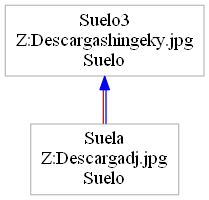
Earlier version of the Graphviz export objetos.png (ErickTejaxun/Practica1s22015_201213050). Its source is kept beside it as objetos.dot.
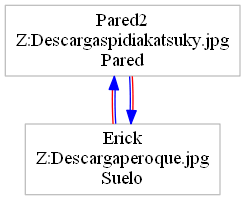
The same file after the commit.

Change to the diagram source:
```diff
@@ -1,7 +1,12 @@
 digraph ColaAtencion {node [dir=both,shape=polygon, fontcolor="Black", height=0.5, color="Grey"]edge [color="blue", color="blue:red"]rankdir=BT
-"Suela
-Z:\Descarga\dj.jpg
-Suelo"-> "Suelo3
-Z:\Descarga\shingeky.jpg
+"Erick
+Z:\Descarga\peroque.jpg
+Suelo"-> "Pared2
+Z:\Descarga\spidiakatsuky.jpg
+Pared"
+"Pared2
+Z:\Descarga\spidiakatsuky.jpg
+Pared"-> "Erick
+Z:\Descarga\peroque.jpg
 Suelo"
 }
```
